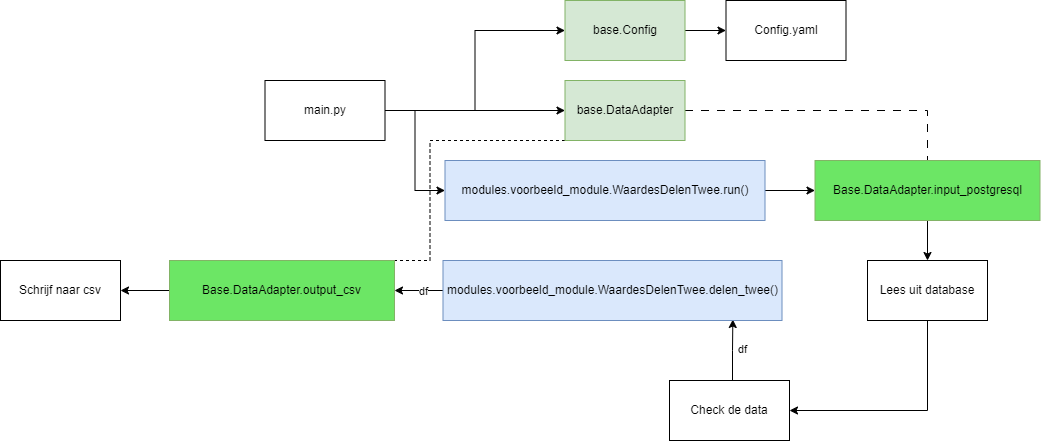
Earlier version of the draw.io export docs/assets/voorbeeld_config_mix.png (continu-inzicht/toolbox-continu-inzicht). Source tidied: cells renumbered, new cells last; positions are measured from the earlier drawing's top-left corner, leaving out a move shared by most shapes.
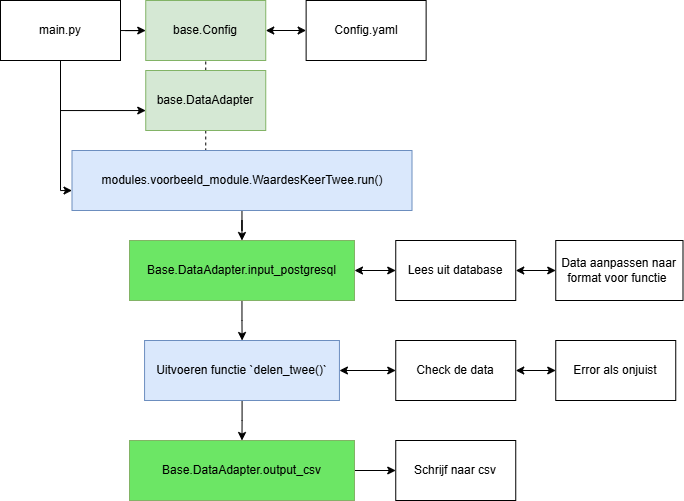
Later version of the same file.

Change to the diagram source:
```diff
@@ -2,96 +2,99 @@
   <root>
     <mxCell id="0" />
     <mxCell id="1" parent="0" />
-    <mxCell id="2" style="edgeStyle=orthogonalEdgeStyle;rounded=0;jettySize=auto;html=1;exitX=1;exitY=0.5;exitDx=0;exitDy=0;" parent="1" edge="1" source="3" target="13">
+    <mxCell id="2" style="edgeStyle=orthogonalEdgeStyle;rounded=0;jettySize=auto;html=1;exitX=1;exitY=0.5;exitDx=0;exitDy=0;startArrow=classic;startFill=1;" parent="1" edge="1" source="3" target="13">
       <mxGeometry relative="1" as="geometry" />
     </mxCell>
     <mxCell id="3" value="base.Config" style="rounded=0;whiteSpace=wrap;html=1;fillColor=#d5e8d4;strokeColor=#82b366;" parent="1" vertex="1">
-      <mxGeometry x="564.5" width="120" height="60" as="geometry" />
+      <mxGeometry x="2246.2" y="180" width="120" height="60" as="geometry" />
     </mxCell>
-    <mxCell id="4" style="edgeStyle=orthogonalEdgeStyle;rounded=0;jettySize=auto;html=1;exitX=1;exitY=0.5;exitDx=0;exitDy=0;entryX=0.5;entryY=0;entryDx=0;entryDy=0;dashed=1;dashPattern=8 8;endArrow=none;endFill=0;" parent="1" edge="1" source="6" target="15">
+    <mxCell id="4" style="edgeStyle=orthogonalEdgeStyle;rounded=0;jettySize=auto;html=1;exitX=0.5;exitY=0;exitDx=0;exitDy=0;entryX=0.5;entryY=1;entryDx=0;entryDy=0;endArrow=none;startFill=0;dashed=1;" parent="1" edge="1" source="6" target="3">
       <mxGeometry relative="1" as="geometry" />
     </mxCell>
-    <mxCell id="5" style="edgeStyle=orthogonalEdgeStyle;rounded=0;jettySize=auto;html=1;exitX=0.5;exitY=1;exitDx=0;exitDy=0;entryX=0.5;entryY=0;entryDx=0;entryDy=0;dashed=1;endArrow=none;endFill=0;" parent="1" edge="1" source="6" target="25">
+    <mxCell id="5" style="edgeStyle=orthogonalEdgeStyle;rounded=0;jettySize=auto;html=1;endArrow=none;startFill=0;dashed=1;" parent="1" edge="1" source="6" target="8">
       <mxGeometry relative="1" as="geometry">
         <Array as="points">
-          <mxPoint x="429.5" y="140" />
-          <mxPoint x="429.5" y="260" />
+          <mxPoint x="2306.2" y="340" />
+          <mxPoint x="2306.2" y="340" />
         </Array>
       </mxGeometry>
     </mxCell>
     <mxCell id="6" value="base.DataAdapter" style="rounded=0;whiteSpace=wrap;html=1;fillColor=#d5e8d4;strokeColor=#82b366;" parent="1" vertex="1">
-      <mxGeometry x="564.5" y="80" width="120" height="60" as="geometry" />
+      <mxGeometry x="2246.2" y="250" width="120" height="60" as="geometry" />
     </mxCell>
-    <mxCell id="7" style="edgeStyle=orthogonalEdgeStyle;rounded=0;jettySize=auto;html=1;exitX=1;exitY=0.5;exitDx=0;exitDy=0;entryX=0;entryY=0.5;entryDx=0;entryDy=0;" parent="1" edge="1" source="8" target="15">
+    <mxCell id="7" style="edgeStyle=orthogonalEdgeStyle;rounded=0;jettySize=auto;html=1;" parent="1" edge="1" source="8" target="16">
       <mxGeometry relative="1" as="geometry" />
     </mxCell>
-    <mxCell id="8" value="&lt;div&gt;modules.voorbeeld_module.WaardesDelenTwee.run()&lt;/div&gt;" style="rounded=0;whiteSpace=wrap;html=1;fillColor=#dae8fc;strokeColor=#6c8ebf;" parent="1" vertex="1">
-      <mxGeometry x="444.5" y="160" width="320" height="60" as="geometry" />
+    <mxCell id="8" value="&lt;div&gt;modules.voorbeeld_module.WaardesKeerTwee.run()&lt;/div&gt;" style="rounded=0;whiteSpace=wrap;html=1;fillColor=#dae8fc;strokeColor=#6c8ebf;" parent="1" vertex="1">
+      <mxGeometry x="2172.5" y="330" width="340" height="60" as="geometry" />
     </mxCell>
-    <mxCell id="9" style="edgeStyle=orthogonalEdgeStyle;rounded=0;jettySize=auto;html=1;exitX=1;exitY=0.5;exitDx=0;exitDy=0;entryX=0;entryY=0.5;entryDx=0;entryDy=0;" parent="1" edge="1" source="12" target="6">
+    <mxCell id="9" style="edgeStyle=orthogonalEdgeStyle;rounded=0;jettySize=auto;html=1;" parent="1" edge="1" source="12" target="3">
       <mxGeometry relative="1" as="geometry" />
     </mxCell>
-    <mxCell id="10" style="edgeStyle=orthogonalEdgeStyle;rounded=0;jettySize=auto;html=1;exitX=1;exitY=0.5;exitDx=0;exitDy=0;entryX=0;entryY=0.5;entryDx=0;entryDy=0;" parent="1" edge="1" source="12" target="8">
-      <mxGeometry relative="1" as="geometry" />
+    <mxCell id="10" style="edgeStyle=orthogonalEdgeStyle;rounded=0;jettySize=auto;html=1;exitX=0.5;exitY=1;exitDx=0;exitDy=0;" parent="1" edge="1" source="12" target="6">
+      <mxGeometry relative="1" as="geometry">
+        <Array as="points">
+          <mxPoint x="2161.2" y="290" />
+        </Array>
+      </mxGeometry>
     </mxCell>
-    <mxCell id="11" style="edgeStyle=orthogonalEdgeStyle;rounded=0;jettySize=auto;html=1;exitX=1;exitY=0.5;exitDx=0;exitDy=0;entryX=0;entryY=0.5;entryDx=0;entryDy=0;" parent="1" edge="1" source="12" target="3">
-      <mxGeometry relative="1" as="geometry" />
+    <mxCell id="11" style="edgeStyle=orthogonalEdgeStyle;rounded=0;jettySize=auto;html=1;exitX=0.5;exitY=1;exitDx=0;exitDy=0;" parent="1" edge="1" source="12" target="8">
+      <mxGeometry relative="1" as="geometry">
+        <Array as="points">
+          <mxPoint x="2161.2" y="370" />
+        </Array>
+      </mxGeometry>
     </mxCell>
     <mxCell id="12" value="main.py" style="rounded=0;whiteSpace=wrap;html=1;" parent="1" vertex="1">
-      <mxGeometry x="264.5" y="80" width="120" height="60" as="geometry" />
+      <mxGeometry x="2101" y="180" width="120" height="60" as="geometry" />
     </mxCell>
     <mxCell id="13" value="Config.yaml" style="rounded=0;whiteSpace=wrap;html=1;" parent="1" vertex="1">
-      <mxGeometry x="725.5" width="120" height="60" as="geometry" />
+      <mxGeometry x="2406.6" y="180" width="120" height="60" as="geometry" />
     </mxCell>
-    <mxCell id="14" style="edgeStyle=orthogonalEdgeStyle;rounded=0;jettySize=auto;html=1;exitX=0.5;exitY=1;exitDx=0;exitDy=0;" parent="1" edge="1" source="15" target="19">
+    <mxCell id="14" style="edgeStyle=orthogonalEdgeStyle;rounded=0;jettySize=auto;html=1;exitX=1;exitY=0.5;exitDx=0;exitDy=0;entryX=0;entryY=0.5;entryDx=0;entryDy=0;startArrow=classic;startFill=1;" parent="1" edge="1" source="16" target="18">
       <mxGeometry relative="1" as="geometry" />
     </mxCell>
-    <mxCell id="15" value="&lt;span style=&quot;font-style: normal;&quot;&gt;Base.DataAdapter.input_&lt;/span&gt;&lt;span style=&quot;font-style: normal;&quot;&gt;postgresql&lt;/span&gt;" style="rounded=0;whiteSpace=wrap;html=1;fontStyle=2;fillColor=#6ce665;strokeColor=#82b366;" parent="1" vertex="1">
-      <mxGeometry x="814.5" y="160" width="225" height="60" as="geometry" />
+    <mxCell id="15" style="edgeStyle=orthogonalEdgeStyle;rounded=0;jettySize=auto;html=1;" parent="1" edge="1" source="16" target="26">
+      <mxGeometry relative="1" as="geometry" />
     </mxCell>
-    <mxCell id="16" style="edgeStyle=orthogonalEdgeStyle;rounded=0;jettySize=auto;html=1;entryX=0.855;entryY=0.983;entryDx=0;entryDy=0;entryPerimeter=0;" parent="1" edge="1" source="23" target="22">
-      <mxGeometry relative="1" as="geometry">
-        <Array as="points">
-          <mxPoint x="732" y="350" />
-          <mxPoint x="732" y="350" />
-        </Array>
-      </mxGeometry>
+    <mxCell id="16" value="&lt;span style=&quot;font-style: normal;&quot;&gt;Base.DataAdapter.input_&lt;/span&gt;&lt;span style=&quot;font-style: normal;&quot;&gt;postgresql&lt;/span&gt;" style="rounded=0;whiteSpace=wrap;html=1;fontStyle=2;fillColor=#6ce665;strokeColor=#82b366;" parent="1" vertex="1">
+      <mxGeometry x="2230" y="420" width="225" height="60" as="geometry" />
     </mxCell>
-    <mxCell id="17" value="df" style="edgeLabel;html=1;align=center;verticalAlign=middle;" parent="16" vertex="1">
-      <mxGeometry x="0.17" y="-4" relative="1" as="geometry">
-        <mxPoint x="5" y="4" as="offset" />
-      </mxGeometry>
+    <mxCell id="17" style="edgeStyle=orthogonalEdgeStyle;rounded=0;jettySize=auto;html=1;exitX=1;exitY=0.5;exitDx=0;exitDy=0;entryX=0;entryY=0.5;entryDx=0;entryDy=0;startArrow=classic;startFill=1;" parent="1" edge="1" source="18" target="27">
+      <mxGeometry relative="1" as="geometry" />
     </mxCell>
-    <mxCell id="18" style="edgeStyle=orthogonalEdgeStyle;rounded=0;jettySize=auto;html=1;exitX=0.5;exitY=1;exitDx=0;exitDy=0;" parent="1" edge="1" source="19" target="23">
-      <mxGeometry relative="1" as="geometry">
-        <Array as="points">
-          <mxPoint x="927" y="410" />
-        </Array>
-      </mxGeometry>
+    <mxCell id="18" value="&lt;span style=&quot;font-style: normal;&quot;&gt;Lees uit database&lt;/span&gt;" style="rounded=0;whiteSpace=wrap;html=1;fontStyle=2;" parent="1" vertex="1">
+      <mxGeometry x="2496.2" y="420" width="120" height="60" as="geometry" />
     </mxCell>
-    <mxCell id="19" value="&lt;span style=&quot;font-style: normal;&quot;&gt;Lees uit database&lt;/span&gt;" style="rounded=0;whiteSpace=wrap;html=1;fontStyle=2;" parent="1" vertex="1">
-      <mxGeometry x="867" y="260" width="120" height="60" as="geometry" />
+    <mxCell id="19" style="edgeStyle=orthogonalEdgeStyle;rounded=0;jettySize=auto;html=1;exitX=1;exitY=0.5;exitDx=0;exitDy=0;startArrow=classic;startFill=1;" parent="1" edge="1" source="20" target="28">
+      <mxGeometry relative="1" as="geometry" />
     </mxCell>
-    <mxCell id="20" style="edgeStyle=orthogonalEdgeStyle;rounded=0;jettySize=auto;html=1;exitX=0;exitY=0.5;exitDx=0;exitDy=0;" parent="1" edge="1" source="22" target="25">
-      <mxGeometry relative="1" as="geometry" />
+    <mxCell id="20" value="&lt;span style=&quot;font-style: normal;&quot;&gt;Check de data&lt;/span&gt;" style="rounded=0;whiteSpace=wrap;html=1;fontStyle=2;" parent="1" vertex="1">
+      <mxGeometry x="2496.2" y="520" width="120" height="60" as="geometry" />
     </mxCell>
-    <mxCell id="21" value="df" style="edgeLabel;html=1;align=center;verticalAlign=middle;" parent="20" vertex="1">
-      <mxGeometry x="-0.19" relative="1" as="geometry" />
+    <mxCell id="21" style="edgeStyle=orthogonalEdgeStyle;rounded=0;jettySize=auto;html=1;exitX=1;exitY=0.5;exitDx=0;exitDy=0;" parent="1" edge="1" source="22" target="23">
+      <mxGeometry relative="1" as="geometry" />
     </mxCell>
-    <mxCell id="22" value="&lt;div&gt;modules.voorbeeld_module.WaardesDelenTwee.delen_twee()&lt;/div&gt;" style="rounded=0;whiteSpace=wrap;html=1;fillColor=#dae8fc;strokeColor=#6c8ebf;" parent="1" vertex="1">
-      <mxGeometry x="442.5" y="260" width="339" height="60" as="geometry" />
+    <mxCell id="22" value="&lt;span style=&quot;font-style: normal;&quot;&gt;Base.DataAdapter.output_csv&lt;/span&gt;" style="rounded=0;whiteSpace=wrap;html=1;fontStyle=2;fillColor=#6ce665;strokeColor=#82b366;" parent="1" vertex="1">
+      <mxGeometry x="2230" y="620" width="225" height="60" as="geometry" />
     </mxCell>
-    <mxCell id="23" value="&lt;span style=&quot;font-style: normal;&quot;&gt;Check de data&lt;/span&gt;" style="rounded=0;whiteSpace=wrap;html=1;fontStyle=2;" parent="1" vertex="1">
-      <mxGeometry x="669" y="380" width="120" height="60" as="geometry" />
+    <mxCell id="23" value="&lt;span style=&quot;font-style: normal;&quot;&gt;Schrijf naar csv&lt;/span&gt;" style="rounded=0;whiteSpace=wrap;html=1;fontStyle=2;" parent="1" vertex="1">
+      <mxGeometry x="2496.2" y="620" width="120" height="60" as="geometry" />
     </mxCell>
-    <mxCell id="24" style="edgeStyle=orthogonalEdgeStyle;rounded=0;jettySize=auto;html=1;exitX=0;exitY=0.5;exitDx=0;exitDy=0;" parent="1" edge="1" source="25" target="26">
+    <mxCell id="24" style="edgeStyle=orthogonalEdgeStyle;rounded=0;jettySize=auto;html=1;exitX=1;exitY=0.5;exitDx=0;exitDy=0;startArrow=classic;startFill=1;" parent="1" edge="1" source="26" target="20">
       <mxGeometry relative="1" as="geometry" />
     </mxCell>
-    <mxCell id="25" value="&lt;span style=&quot;font-style: normal;&quot;&gt;Base.DataAdapter.output_csv&lt;/span&gt;" style="rounded=0;whiteSpace=wrap;html=1;fontStyle=2;fillColor=#6ce665;strokeColor=#82b366;" parent="1" vertex="1">
-      <mxGeometry x="169" y="260" width="225" height="60" as="geometry" />
+    <mxCell id="25" style="edgeStyle=orthogonalEdgeStyle;rounded=0;jettySize=auto;html=1;" parent="1" edge="1" source="26" target="22">
+      <mxGeometry relative="1" as="geometry" />
     </mxCell>
-    <mxCell id="26" value="&lt;span style=&quot;font-style: normal;&quot;&gt;Schrijf naar csv&lt;/span&gt;" style="rounded=0;whiteSpace=wrap;html=1;fontStyle=2;" parent="1" vertex="1">
-      <mxGeometry y="260" width="120" height="60" as="geometry" />
+    <mxCell id="26" value="Uitvoeren functie `delen_twee()`" style="rounded=0;whiteSpace=wrap;html=1;fillColor=#dae8fc;strokeColor=#6c8ebf;" parent="1" vertex="1">
+      <mxGeometry x="2245.1" y="520" width="194.9" height="60" as="geometry" />
     </mxCell>
+    <mxCell id="27" value="&lt;span style=&quot;font-style: normal;&quot;&gt;Data aanpassen naar format voor functie&amp;nbsp;&lt;/span&gt;" style="rounded=0;whiteSpace=wrap;html=1;fontStyle=2;" parent="1" vertex="1">
+      <mxGeometry x="2656.2" y="420" width="127.2" height="60" as="geometry" />
+    </mxCell>
+    <mxCell id="28" value="&lt;span style=&quot;font-style: normal;&quot;&gt;Error als onjuist&lt;/span&gt;" style="rounded=0;whiteSpace=wrap;html=1;fontStyle=2;" parent="1" vertex="1">
+      <mxGeometry x="2656.2" y="520" width="120" height="60" as="geometry" />
+    </mxCell>
   </root>
 </mxGraphModel>
```
